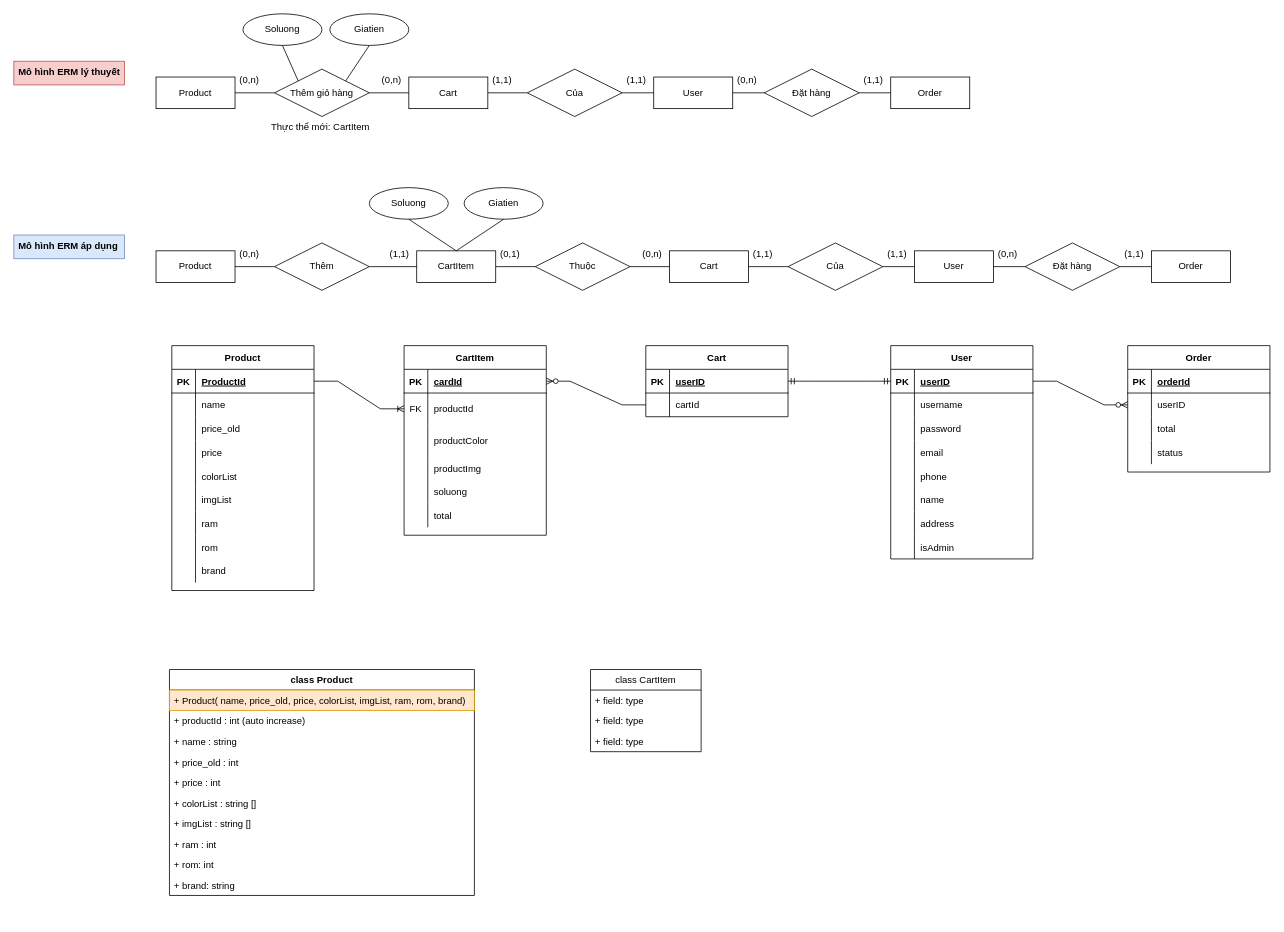
Before: DatabaseWeb1.drawio in huykhaduy/huykhaduy, a draw.io diagram. Source tidied: cells renumbered, new cells numbered last; positions are measured from the earlier drawing's top-left corner, leaving out a move shared by most shapes. Both pictures are drawn from the tidied source at 79%, with x=0, y=0 at pixel (13, 13).
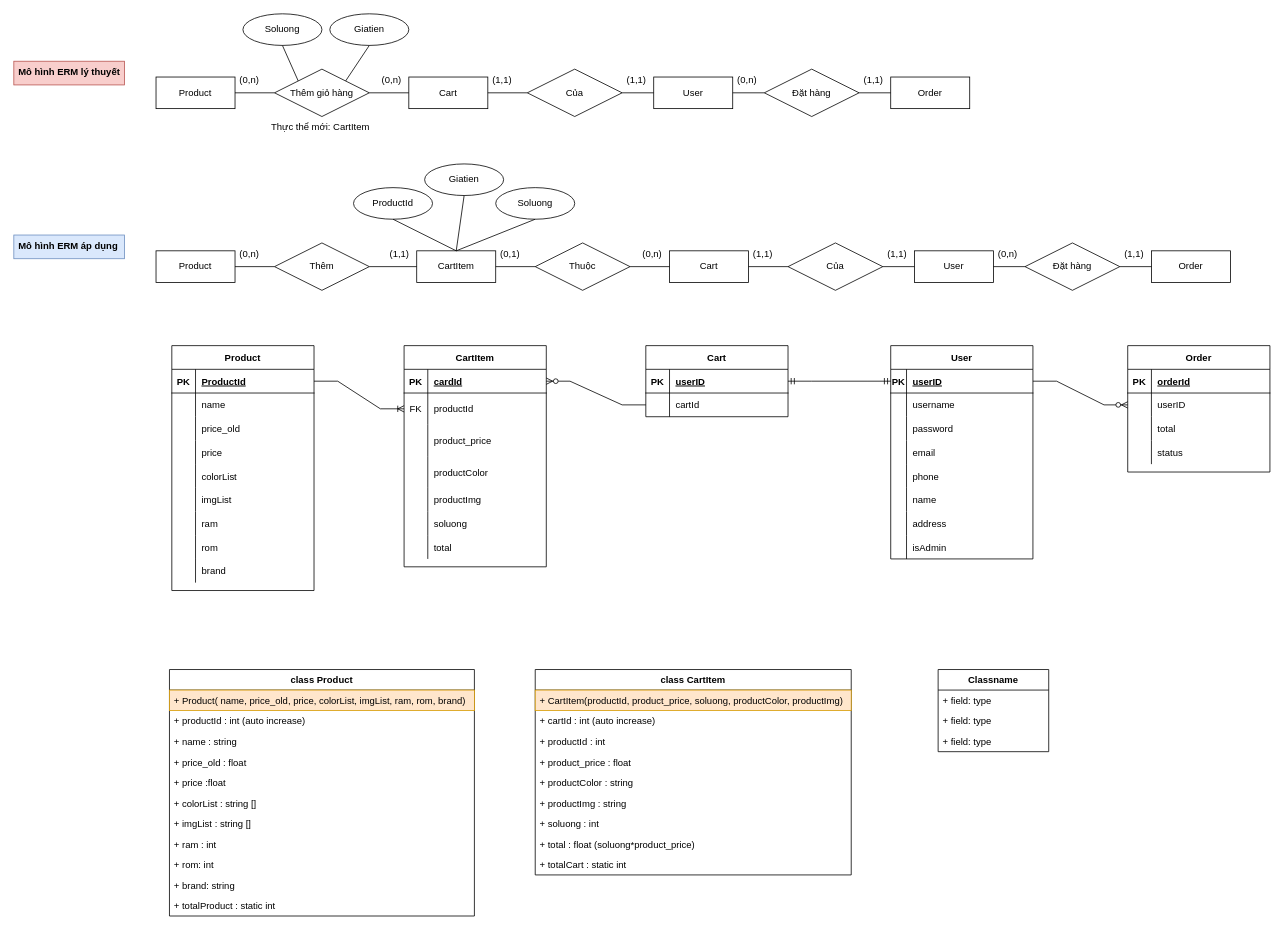
Above is the later version.

Unchanged cells that the change refers to:
```xml
<mxCell id="42" style="group;" parent="1" vertex="1">
  <mxGeometry x="510" y="220" width="1030" height="130" as="geometry" />
</mxCell>
<mxCell id="43" value="CartItem" style="whiteSpace=wrap;html=1;align=center;" parent="42" vertex="1">
  <mxGeometry y="80" width="100" height="40" as="geometry" />
</mxCell>
<mxCell id="131" style="shape=partialRectangle;fillColor=none;top=0;left=0;bottom=1;right=0;points=[[0,0.5],[1,0.5]];portConstraint=eastwest;" parent="130" vertex="1">
  <mxGeometry y="30" width="180" height="30" as="geometry" />
</mxCell>
<mxCell id="134" style="shape=partialRectangle;fillColor=none;top=0;left=0;bottom=0;right=0;" parent="130" vertex="1">
  <mxGeometry y="60" width="180" height="30" as="geometry" />
</mxCell>
<mxCell id="137" style="shape=partialRectangle;fillColor=none;top=0;left=0;bottom=0;right=0;" parent="130" vertex="1">
  <mxGeometry y="90" width="180" height="30" as="geometry" />
</mxCell>
<mxCell id="140" style="shape=partialRectangle;fillColor=none;top=0;left=0;bottom=0;right=0;" parent="130" vertex="1">
  <mxGeometry y="120" width="180" height="30" as="geometry" />
</mxCell>
<mxCell id="143" style="shape=partialRectangle;fillColor=none;top=0;left=0;bottom=0;right=0;" parent="130" vertex="1">
  <mxGeometry y="150" width="180" height="30" as="geometry" />
</mxCell>
<mxCell id="146" style="shape=partialRectangle;fillColor=none;top=0;left=0;bottom=0;right=0;" parent="130" vertex="1">
  <mxGeometry y="180" width="180" height="30" as="geometry" />
</mxCell>
<mxCell id="149" style="shape=partialRectangle;fillColor=none;top=0;left=0;bottom=0;right=0;" parent="130" vertex="1">
  <mxGeometry y="210" width="180" height="30" as="geometry" />
</mxCell>
<mxCell id="152" style="shape=partialRectangle;fillColor=none;top=0;left=0;bottom=0;right=0;" parent="130" vertex="1">
  <mxGeometry y="240" width="180" height="30" as="geometry" />
</mxCell>
```

Diff of the diagram source:
```diff
@@
     <mxCell id="2" value="class Product" style="swimlane;fontStyle=1;horizontal=1;startSize=26;" parent="1" vertex="1">
-      <mxGeometry x="197" y="830" width="386" height="286" as="geometry" />
+      <mxGeometry x="197" y="830" width="386" height="312" as="geometry" />
     </mxCell>
@@
-    <mxCell id="6" value="+ price_old : int" style="text;strokeColor=none;fillColor=none;align=left;verticalAlign=top;spacingLeft=4;spacingRight=4;overflow=hidden;" parent="2" vertex="1">
+    <mxCell id="6" value="+ price_old : float" style="text;strokeColor=none;fillColor=none;align=left;verticalAlign=top;spacingLeft=4;spacingRight=4;overflow=hidden;" parent="2" vertex="1">
       <mxGeometry y="104" width="386" height="26" as="geometry" />
     </mxCell>
-    <mxCell id="7" value="+ price : int" style="text;strokeColor=none;fillColor=none;align=left;verticalAlign=top;spacingLeft=4;spacingRight=4;overflow=hidden;" parent="2" vertex="1">
+    <mxCell id="7" value="+ price :float" style="text;strokeColor=none;fillColor=none;align=left;verticalAlign=top;spacingLeft=4;spacingRight=4;overflow=hidden;" parent="2" vertex="1">
       <mxGeometry y="130" width="386" height="26" as="geometry" />
     </mxCell>
@@
+    <mxCell id="170" value="+ totalProduct : static int" style="text;strokeColor=none;fillColor=none;align=left;verticalAlign=top;spacingLeft=4;spacingRight=4;overflow=hidden;" parent="2" vertex="1">
+      <mxGeometry y="286" width="386" height="26" as="geometry" />
+    </mxCell>
-    <mxCell id="13" value="class CartItem" style="swimlane;fontStyle=0;horizontal=1;startSize=26;fillColor=none;" parent="1" vertex="1">
-      <mxGeometry x="730" y="830" width="140" height="104" as="geometry" />
+    <mxCell id="13" value="class CartItem" style="swimlane;fontStyle=1;horizontal=1;startSize=26;" parent="1" vertex="1">
+      <mxGeometry x="660" y="830" width="400" height="260" as="geometry" />
     </mxCell>
-    <mxCell id="14" value="+ field: type" style="text;strokeColor=none;fillColor=none;align=left;verticalAlign=top;spacingLeft=4;spacingRight=4;overflow=hidden;" parent="13" vertex="1">
-      <mxGeometry y="26" width="140" height="26" as="geometry" />
+    <mxCell id="14" value="+ CartItem(productId, product_price, soluong, productColor, productImg)" style="text;strokeColor=#d79b00;fillColor=#ffe6cc;align=left;verticalAlign=top;spacingLeft=4;spacingRight=4;overflow=hidden;" parent="13" vertex="1">
+      <mxGeometry y="26" width="400" height="26" as="geometry" />
     </mxCell>
-    <mxCell id="15" value="+ field: type" style="text;strokeColor=none;fillColor=none;align=left;verticalAlign=top;spacingLeft=4;spacingRight=4;overflow=hidden;" parent="13" vertex="1">
-      <mxGeometry y="52" width="140" height="26" as="geometry" />
+    <mxCell id="15" value="+ cartId : int (auto increase)" style="text;strokeColor=none;fillColor=none;align=left;verticalAlign=top;spacingLeft=4;spacingRight=4;overflow=hidden;" parent="13" vertex="1">
+      <mxGeometry y="52" width="400" height="26" as="geometry" />
     </mxCell>
-    <mxCell id="16" value="+ field: type" style="text;strokeColor=none;fillColor=none;align=left;verticalAlign=top;spacingLeft=4;spacingRight=4;overflow=hidden;" parent="13" vertex="1">
-      <mxGeometry y="78" width="140" height="26" as="geometry" />
+    <mxCell id="16" value="+ productId : int" style="text;strokeColor=none;fillColor=none;align=left;verticalAlign=top;spacingLeft=4;spacingRight=4;overflow=hidden;" parent="13" vertex="1">
+      <mxGeometry y="78" width="400" height="26" as="geometry" />
     </mxCell>
+    <mxCell id="171" value="+ product_price : float" style="text;strokeColor=none;fillColor=none;align=left;verticalAlign=top;spacingLeft=4;spacingRight=4;overflow=hidden;" parent="13" vertex="1">
+      <mxGeometry y="104" width="400" height="26" as="geometry" />
+    </mxCell>
+    <mxCell id="172" value="+ productColor : string" style="text;strokeColor=none;fillColor=none;align=left;verticalAlign=top;spacingLeft=4;spacingRight=4;overflow=hidden;" parent="13" vertex="1">
+      <mxGeometry y="130" width="400" height="26" as="geometry" />
+    </mxCell>
+    <mxCell id="173" value="+ productImg : string" style="text;strokeColor=none;fillColor=none;align=left;verticalAlign=top;spacingLeft=4;spacingRight=4;overflow=hidden;" parent="13" vertex="1">
+      <mxGeometry y="156" width="400" height="26" as="geometry" />
+    </mxCell>
+    <mxCell id="174" value="+ soluong : int" style="text;strokeColor=none;fillColor=none;align=left;verticalAlign=top;spacingLeft=4;spacingRight=4;overflow=hidden;" parent="13" vertex="1">
+      <mxGeometry y="182" width="400" height="26" as="geometry" />
+    </mxCell>
+    <mxCell id="175" value="+ total : float (soluong*product_price)" style="text;strokeColor=none;fillColor=none;align=left;verticalAlign=top;spacingLeft=4;spacingRight=4;overflow=hidden;" parent="13" vertex="1">
+      <mxGeometry y="208" width="400" height="26" as="geometry" />
+    </mxCell>
+    <mxCell id="176" value="+ totalCart : static int" style="text;strokeColor=none;fillColor=none;align=left;verticalAlign=top;spacingLeft=4;spacingRight=4;overflow=hidden;" parent="13" vertex="1">
+      <mxGeometry y="234" width="400" height="26" as="geometry" />
+    </mxCell>
@@
-    <mxCell id="62" value="Giatien" style="ellipse;whiteSpace=wrap;html=1;align=center;" parent="42" vertex="1">
-      <mxGeometry x="60" width="100" height="40" as="geometry" />
-    </mxCell>
-    <mxCell id="63" value="Soluong" style="ellipse;whiteSpace=wrap;html=1;align=center;" parent="42" vertex="1">
-      <mxGeometry x="-60" width="100" height="40" as="geometry" />
-    </mxCell>
-    <mxCell id="64" style="endArrow=none;html=1;rounded=0;exitX=0.5;exitY=1;exitDx=0;exitDy=0;entryX=0.5;entryY=0;entryDx=0;entryDy=0;" parent="42" edge="1" source="63" target="43">
-      <mxGeometry relative="1" as="geometry" />
-    </mxCell>
-    <mxCell id="65" style="endArrow=none;html=1;rounded=0;exitX=0.5;exitY=1;exitDx=0;exitDy=0;entryX=0.5;entryY=0;entryDx=0;entryDy=0;" parent="42" edge="1" source="62" target="43">
-      <mxGeometry relative="1" as="geometry" />
-    </mxCell>
+    <mxCell id="177" value="Soluong" style="ellipse;whiteSpace=wrap;html=1;align=center;" parent="42" vertex="1">
+      <mxGeometry x="100" width="100" height="40" as="geometry" />
+    </mxCell>
+    <mxCell id="178" style="endArrow=none;html=1;rounded=0;entryX=0.5;entryY=0;entryDx=0;entryDy=0;exitX=0.5;exitY=1;exitDx=0;exitDy=0;" parent="42" edge="1" source="177" target="43">
+      <mxGeometry relative="1" as="geometry" />
+    </mxCell>
@@
     <mxCell id="102" value="CartItem" style="shape=table;startSize=30;childLayout=tableLayout;rowLines=0;fontStyle=1;align=center;" parent="1" vertex="1">
-      <mxGeometry x="494" y="420" width="180" height="240" as="geometry" />
+      <mxGeometry x="494" y="420" width="180" height="280" as="geometry" />
     </mxCell>
@@
+    <mxCell id="179" style="shape=partialRectangle;fillColor=none;top=0;left=0;bottom=0;right=0;" parent="102" vertex="1">
+      <mxGeometry y="100" width="180" height="40" as="geometry" />
+    </mxCell>
+    <mxCell id="180" style="shape=partialRectangle;fillColor=none;top=0;left=0;bottom=0;right=0;overflow=hidden;" parent="179" vertex="1">
+      <mxGeometry width="30" height="40" as="geometry" />
+    </mxCell>
+    <mxCell id="181" value="product_price" style="shape=partialRectangle;fillColor=none;top=0;left=0;bottom=0;right=0;align=left;spacingLeft=6;overflow=hidden;" parent="179" vertex="1">
+      <mxGeometry x="30" width="150" height="40" as="geometry" />
+    </mxCell>
     <mxCell id="109" style="shape=partialRectangle;fillColor=none;top=0;left=0;bottom=0;right=0;" parent="102" vertex="1">
-      <mxGeometry y="100" width="180" height="40" as="geometry" />
+      <mxGeometry y="140" width="180" height="40" as="geometry" />
     </mxCell>
@@
     <mxCell id="112" style="shape=partialRectangle;fillColor=none;top=0;left=0;bottom=0;right=0;" parent="102" vertex="1">
-      <mxGeometry y="140" width="180" height="30" as="geometry" />
+      <mxGeometry y="180" width="180" height="30" as="geometry" />
     </mxCell>
@@
     <mxCell id="115" style="shape=partialRectangle;fillColor=none;top=0;left=0;bottom=0;right=0;" parent="102" vertex="1">
-      <mxGeometry y="170" width="180" height="30" as="geometry" />
+      <mxGeometry y="210" width="180" height="30" as="geometry" />
     </mxCell>
@@
     <mxCell id="118" style="shape=partialRectangle;fillColor=none;top=0;left=0;bottom=0;right=0;" parent="102" vertex="1">
-      <mxGeometry y="200" width="180" height="30" as="geometry" />
+      <mxGeometry y="240" width="180" height="30" as="geometry" />
     </mxCell>
@@
     <mxCell id="132" value="PK" style="shape=partialRectangle;fillColor=none;top=0;left=0;bottom=0;right=0;fontStyle=1;overflow=hidden;" parent="131" vertex="1">
-      <mxGeometry width="30" height="30" as="geometry" />
+      <mxGeometry width="20" height="30" as="geometry" />
     </mxCell>
     <mxCell id="133" value="userID" style="shape=partialRectangle;fillColor=none;top=0;left=0;bottom=0;right=0;align=left;spacingLeft=6;fontStyle=5;overflow=hidden;" parent="131" vertex="1">
-      <mxGeometry x="30" width="150" height="30" as="geometry" />
+      <mxGeometry x="20" width="160" height="30" as="geometry" />
     </mxCell>
@@
     <mxCell id="135" style="shape=partialRectangle;fillColor=none;top=0;left=0;bottom=0;right=0;overflow=hidden;" parent="134" vertex="1">
-      <mxGeometry width="30" height="30" as="geometry" />
+      <mxGeometry width="20" height="30" as="geometry" />
     </mxCell>
     <mxCell id="136" value="username" style="shape=partialRectangle;fillColor=none;top=0;left=0;bottom=0;right=0;align=left;spacingLeft=6;overflow=hidden;" parent="134" vertex="1">
-      <mxGeometry x="30" width="150" height="30" as="geometry" />
+      <mxGeometry x="20" width="160" height="30" as="geometry" />
     </mxCell>
@@
     <mxCell id="138" style="shape=partialRectangle;fillColor=none;top=0;left=0;bottom=0;right=0;overflow=hidden;" parent="137" vertex="1">
-      <mxGeometry width="30" height="30" as="geometry" />
+      <mxGeometry width="20" height="30" as="geometry" />
     </mxCell>
     <mxCell id="139" value="password" style="shape=partialRectangle;fillColor=none;top=0;left=0;bottom=0;right=0;align=left;spacingLeft=6;overflow=hidden;" parent="137" vertex="1">
-      <mxGeometry x="30" width="150" height="30" as="geometry" />
+      <mxGeometry x="20" width="160" height="30" as="geometry" />
     </mxCell>
@@
     <mxCell id="141" style="shape=partialRectangle;fillColor=none;top=0;left=0;bottom=0;right=0;overflow=hidden;" parent="140" vertex="1">
-      <mxGeometry width="30" height="30" as="geometry" />
+      <mxGeometry width="20" height="30" as="geometry" />
     </mxCell>
     <mxCell id="142" value="email" style="shape=partialRectangle;fillColor=none;top=0;left=0;bottom=0;right=0;align=left;spacingLeft=6;overflow=hidden;" parent="140" vertex="1">
-      <mxGeometry x="30" width="150" height="30" as="geometry" />
+      <mxGeometry x="20" width="160" height="30" as="geometry" />
     </mxCell>
@@
     <mxCell id="144" style="shape=partialRectangle;fillColor=none;top=0;left=0;bottom=0;right=0;overflow=hidden;" parent="143" vertex="1">
-      <mxGeometry width="30" height="30" as="geometry" />
+      <mxGeometry width="20" height="30" as="geometry" />
     </mxCell>
     <mxCell id="145" value="phone" style="shape=partialRectangle;fillColor=none;top=0;left=0;bottom=0;right=0;align=left;spacingLeft=6;overflow=hidden;" parent="143" vertex="1">
-      <mxGeometry x="30" width="150" height="30" as="geometry" />
+      <mxGeometry x="20" width="160" height="30" as="geometry" />
     </mxCell>
@@
     <mxCell id="147" style="shape=partialRectangle;fillColor=none;top=0;left=0;bottom=0;right=0;overflow=hidden;" parent="146" vertex="1">
-      <mxGeometry width="30" height="30" as="geometry" />
+      <mxGeometry width="20" height="30" as="geometry" />
     </mxCell>
     <mxCell id="148" value="name" style="shape=partialRectangle;fillColor=none;top=0;left=0;bottom=0;right=0;align=left;spacingLeft=6;overflow=hidden;" parent="146" vertex="1">
-      <mxGeometry x="30" width="150" height="30" as="geometry" />
+      <mxGeometry x="20" width="160" height="30" as="geometry" />
     </mxCell>
@@
     <mxCell id="150" style="shape=partialRectangle;fillColor=none;top=0;left=0;bottom=0;right=0;overflow=hidden;" parent="149" vertex="1">
-      <mxGeometry width="30" height="30" as="geometry" />
+      <mxGeometry width="20" height="30" as="geometry" />
     </mxCell>
     <mxCell id="151" value="address" style="shape=partialRectangle;fillColor=none;top=0;left=0;bottom=0;right=0;align=left;spacingLeft=6;overflow=hidden;" parent="149" vertex="1">
-      <mxGeometry x="30" width="150" height="30" as="geometry" />
+      <mxGeometry x="20" width="160" height="30" as="geometry" />
     </mxCell>
@@
     <mxCell id="153" style="shape=partialRectangle;fillColor=none;top=0;left=0;bottom=0;right=0;overflow=hidden;" parent="152" vertex="1">
-      <mxGeometry width="30" height="30" as="geometry" />
+      <mxGeometry width="20" height="30" as="geometry" />
     </mxCell>
     <mxCell id="154" value="isAdmin" style="shape=partialRectangle;fillColor=none;top=0;left=0;bottom=0;right=0;align=left;spacingLeft=6;overflow=hidden;" parent="152" vertex="1">
-      <mxGeometry x="30" width="150" height="30" as="geometry" />
+      <mxGeometry x="20" width="160" height="30" as="geometry" />
     </mxCell>
@@
+    <mxCell id="63" value="ProductId" style="ellipse;whiteSpace=wrap;html=1;align=center;" parent="1" vertex="1">
+      <mxGeometry x="430" y="220" width="100" height="40" as="geometry" />
+    </mxCell>
+    <mxCell id="64" style="endArrow=none;html=1;rounded=0;exitX=0.5;exitY=1;exitDx=0;exitDy=0;entryX=0.5;entryY=0;entryDx=0;entryDy=0;" parent="1" edge="1" source="63" target="43">
+      <mxGeometry relative="1" as="geometry" />
+    </mxCell>
+    <mxCell id="62" value="Giatien" style="ellipse;whiteSpace=wrap;html=1;align=center;" parent="1" vertex="1">
+      <mxGeometry x="520" y="190" width="100" height="40" as="geometry" />
+    </mxCell>
+    <mxCell id="65" style="endArrow=none;html=1;rounded=0;exitX=0.5;exitY=1;exitDx=0;exitDy=0;entryX=0.5;entryY=0;entryDx=0;entryDy=0;" parent="1" edge="1" source="62" target="43">
+      <mxGeometry relative="1" as="geometry" />
+    </mxCell>
+    <mxCell id="182" value="Classname" style="swimlane;fontStyle=1;horizontal=1;startSize=26;" parent="1" vertex="1">
+      <mxGeometry x="1170" y="830" width="140" height="104" as="geometry" />
+    </mxCell>
+    <mxCell id="183" value="+ field: type" style="text;strokeColor=none;fillColor=none;align=left;verticalAlign=top;spacingLeft=4;spacingRight=4;overflow=hidden;" parent="182" vertex="1">
+      <mxGeometry y="26" width="140" height="26" as="geometry" />
+    </mxCell>
+    <mxCell id="184" value="+ field: type" style="text;strokeColor=none;fillColor=none;align=left;verticalAlign=top;spacingLeft=4;spacingRight=4;overflow=hidden;" parent="182" vertex="1">
+      <mxGeometry y="52" width="140" height="26" as="geometry" />
+    </mxCell>
+    <mxCell id="185" value="+ field: type" style="text;strokeColor=none;fillColor=none;align=left;verticalAlign=top;spacingLeft=4;spacingRight=4;overflow=hidden;" parent="182" vertex="1">
+      <mxGeometry y="78" width="140" height="26" as="geometry" />
+    </mxCell>
```
